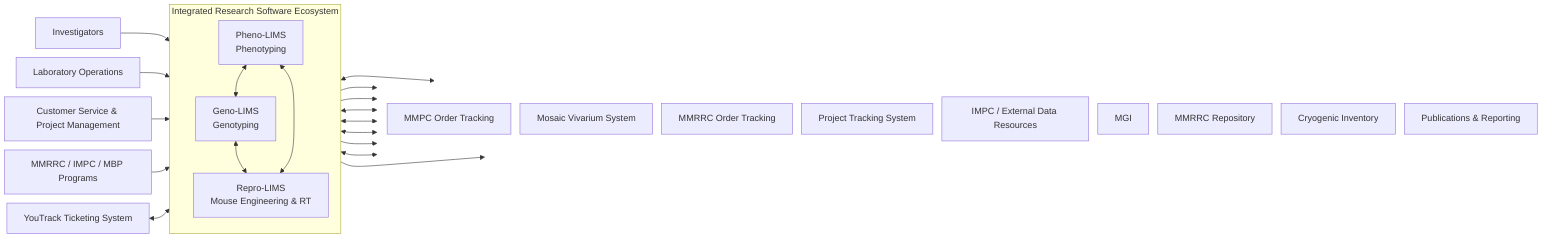
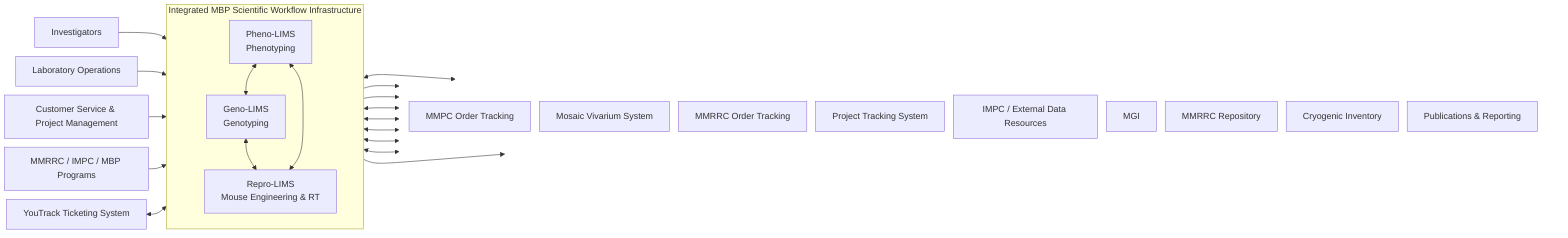

%%{init: {"flowchart": {"nodeSpacing": 16, "rankSpacing": 32}} }%%
flowchart LR

%% Users
    Investigators[Investigators]
    Operations[Laboratory Operations]
    CustomerService[Customer Service & Project Management]
    Consortium[MMRRC / IMPC / MBP Programs]
    YouTrack[YouTrack Ticketing System]

%% Core systems
-     subgraph Core["Integrated Research Software Ecosystem"]
+     subgraph Core["Integrated MBP Scientific Workflow Infrastructure"]
        direction TB
        Pheno[Pheno-LIMS\nPhenotyping]
        Geno[Geno-LIMS\nGenotyping]
        Repro[Repro-LIMS\nMouse Engineering & RT]
    end

%% External systems
    subgraph External[" "]
        direction TB
        MMPCOrders[MMPC Order Tracking]
        Mosaic[Mosaic Vivarium System]
        OTS[MMRRC Order Tracking]
        PTS[Project Tracking System]
        DCC[IMPC / External Data Resources]
        MGI[MGI]
        MMRRCRepository[MMRRC Repository]
        Cryo[Cryogenic Inventory]
        Publications[Publications & Reporting]
    end

%% User interactions
    Investigators --> Core
    Operations --> Core
    CustomerService --> Core
    Consortium --> Core
    YouTrack <--> Core

%% Internal interactions
    Pheno <--> Geno
    Geno <--> Repro
    Repro <--> Pheno

%% External integrations
    Core <--> MMPCOrders
    Core <--> Mosaic
    Core <--> OTS
-     Core --> PTS
+     Core <--> PTS
    Core <--> DCC
    Repro <---> MGI
    Repro --> MMRRCRepository
    Repro --> Cryo
    Core --> Publications

    style External fill:none,stroke:none
